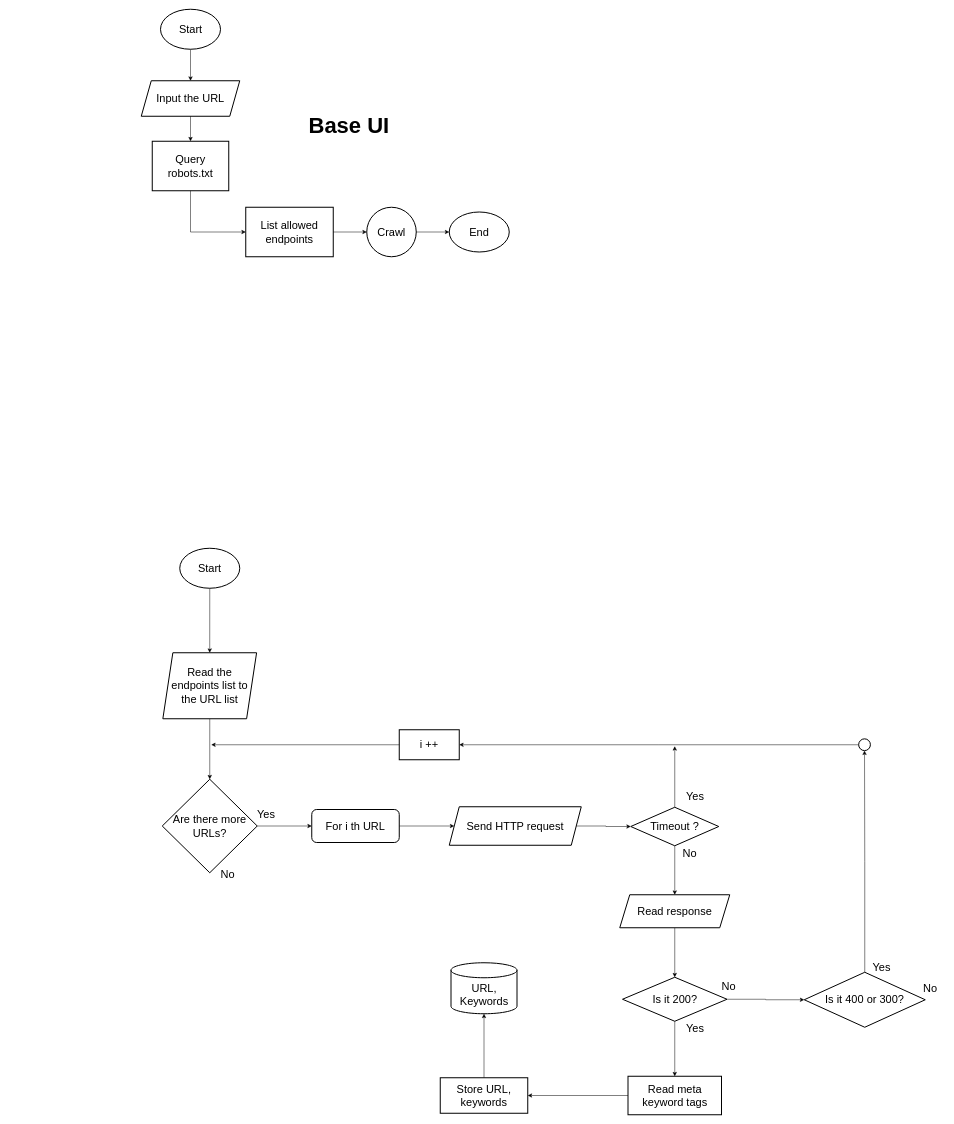
Altier-Tech/creepy-crawly keeps this draw.io diagram as sketches/base flows.drawio. Above is the earlier version. Source tidied: cells renumbered, new cells numbered last; positions are measured from the earlier drawing's top-left corner, leaving out a move shared by most shapes. Both pictures are drawn from the tidied source at 50%, with x=0, y=0 at pixel (141, 9).
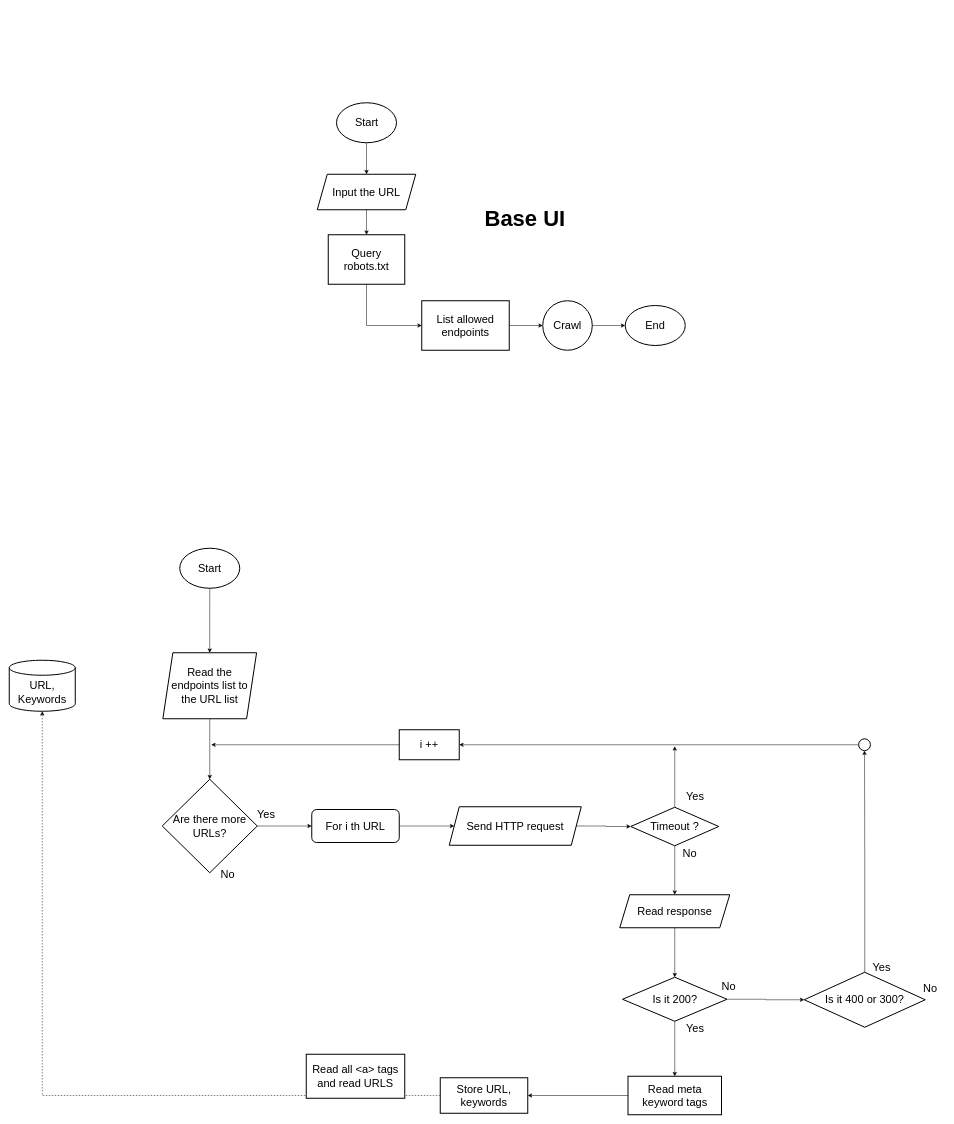
After the change.

Unchanged cells that the change refers to:
```xml
<mxCell id="59" value="Store URL, keywords" style="rounded=0;whiteSpace=wrap;html=1;strokeWidth=2;fontSize=22;" parent="1" vertex="1">
  <mxGeometry x="598" y="2137" width="175" height="71" as="geometry" />
</mxCell>
```

The edit, as a diff of the source:
```diff
@@
     <mxCell id="2" style="group;" parent="1" vertex="1">
-      <mxGeometry width="736" height="495" as="geometry" />
+      <mxGeometry x="352" y="187" width="736" height="495" as="geometry" />
     </mxCell>
@@
     <mxCell id="57" value="URL, Keywords" style="shape=cylinder3;whiteSpace=wrap;html=1;boundedLbl=1;backgroundOutline=1;size=15;strokeWidth=2;fontSize=22;" parent="1" vertex="1">
-      <mxGeometry x="619.5" y="1907" width="132" height="102" as="geometry" />
+      <mxGeometry x="-264" y="1302" width="132" height="102" as="geometry" />
     </mxCell>
-    <mxCell id="58" style="edgeStyle=orthogonalEdgeStyle;rounded=0;jettySize=auto;html=1;fontSize=22;" parent="1" edge="1" source="59" target="57">
+    <mxCell id="58" style="edgeStyle=orthogonalEdgeStyle;rounded=0;jettySize=auto;html=1;fontSize=22;strokeColor=default;dashed=1;" parent="1" edge="1" source="59" target="57">
       <mxGeometry relative="1" as="geometry" />
     </mxCell>
@@
+    <mxCell id="60" value="Read all &amp;lt;a&amp;gt; tags and read URLS" style="rounded=0;whiteSpace=wrap;html=1;strokeWidth=2;fontSize=22;" parent="1" vertex="1">
+      <mxGeometry x="330" y="2090" width="197" height="88" as="geometry" />
+    </mxCell>
```
